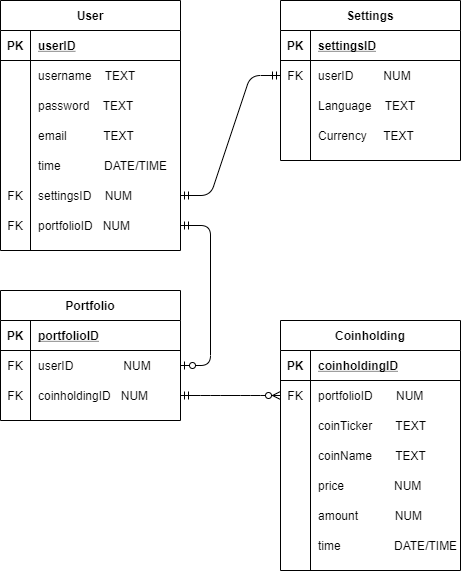
Earlier version of the draw.io export doc/cryptofolio_UML.png (Martijncvv/cryptocurrency_portfolio_project). Source tidied: cells renumbered, new cells last; positions are measured from the earlier drawing's top-left corner, leaving out a move shared by most shapes.
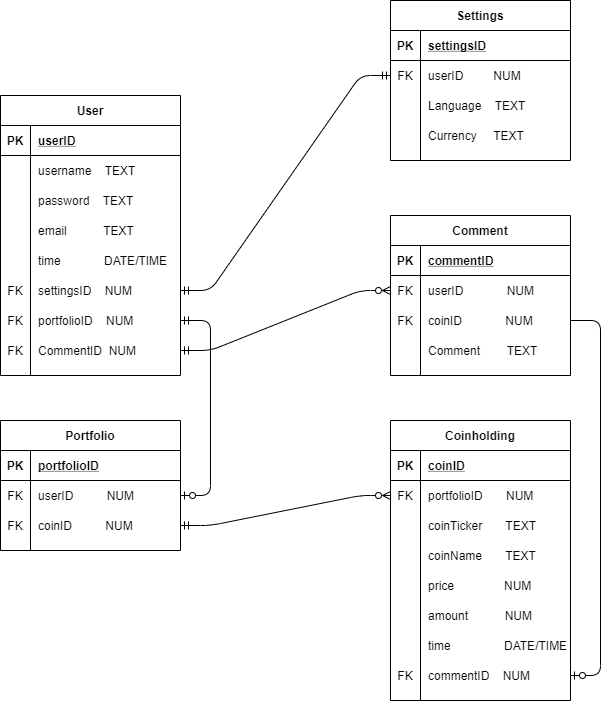
After the change.

The edit, as a diff of the source:
```diff
@@ -3,7 +3,7 @@
     <mxCell id="0" />
     <mxCell id="1" parent="0" />
     <mxCell id="2" value="User" style="shape=table;startSize=30;rowLines=0;fontStyle=1;align=center;" parent="1" vertex="1">
-      <mxGeometry width="180" height="250" as="geometry" />
+      <mxGeometry x="-220" y="105" width="180" height="280" as="geometry" />
     </mxCell>
     <mxCell id="3" style="shape=partialRectangle;fillColor=none;top=0;left=0;bottom=1;right=0;" parent="2" vertex="1">
       <mxGeometry y="30" width="180" height="30" as="geometry" />
@@ -65,11 +65,20 @@
     <mxCell id="22" value="FK" style="shape=partialRectangle;fillColor=none;top=0;left=0;bottom=0;right=0;overflow=hidden;" parent="21" vertex="1">
       <mxGeometry width="30" height="30" as="geometry" />
     </mxCell>
-    <mxCell id="23" value="portfolioID   NUM" style="shape=partialRectangle;fillColor=none;top=0;left=0;bottom=0;right=0;align=left;spacingLeft=6;overflow=hidden;" parent="21" vertex="1">
+    <mxCell id="23" value="portfolioID    NUM" style="shape=partialRectangle;fillColor=none;top=0;left=0;bottom=0;right=0;align=left;spacingLeft=6;overflow=hidden;" parent="21" vertex="1">
       <mxGeometry x="30" width="150" height="30" as="geometry" />
     </mxCell>
+    <mxCell id="72" style="shape=partialRectangle;fillColor=none;top=0;left=0;bottom=0;right=0;points=[[0,0.5],[1,0.5]];portConstraint=eastwest;" parent="2" vertex="1">
+      <mxGeometry y="240" width="180" height="30" as="geometry" />
+    </mxCell>
+    <mxCell id="73" value="FK" style="shape=partialRectangle;fillColor=none;top=0;left=0;bottom=0;right=0;overflow=hidden;" parent="72" vertex="1">
+      <mxGeometry width="30" height="30" as="geometry" />
+    </mxCell>
+    <mxCell id="74" value="CommentID  NUM" style="shape=partialRectangle;fillColor=none;top=0;left=0;bottom=0;right=0;align=left;spacingLeft=6;overflow=hidden;" parent="72" vertex="1">
+      <mxGeometry x="30" width="150" height="30" as="geometry" />
+    </mxCell>
     <mxCell id="24" value="Coinholding" style="shape=table;startSize=30;rowLines=0;fontStyle=1;align=center;" parent="1" vertex="1">
-      <mxGeometry x="280" y="320" width="180" height="250" as="geometry" />
+      <mxGeometry x="170" y="430" width="180" height="280" as="geometry" />
     </mxCell>
     <mxCell id="25" style="shape=partialRectangle;fillColor=none;top=0;left=0;bottom=1;right=0;" parent="24" vertex="1">
       <mxGeometry y="30" width="180" height="30" as="geometry" />
@@ -77,7 +86,7 @@
     <mxCell id="26" value="PK" style="shape=partialRectangle;fillColor=none;top=0;left=0;bottom=0;right=0;fontStyle=1;overflow=hidden;" parent="25" vertex="1">
       <mxGeometry width="30" height="30" as="geometry" />
     </mxCell>
-    <mxCell id="27" value="coinholdingID" style="shape=partialRectangle;fillColor=none;top=0;left=0;bottom=0;right=0;align=left;spacingLeft=6;fontStyle=5;overflow=hidden;" parent="25" vertex="1">
+    <mxCell id="27" value="coinID" style="shape=partialRectangle;fillColor=none;top=0;left=0;bottom=0;right=0;align=left;spacingLeft=6;fontStyle=5;overflow=hidden;" parent="25" vertex="1">
       <mxGeometry x="30" width="150" height="30" as="geometry" />
     </mxCell>
     <mxCell id="28" style="shape=partialRectangle;fillColor=none;top=0;left=0;bottom=0;right=0;points=[[0,0.5],[1,0.5]];portConstraint=eastwest;" parent="24" vertex="1">
@@ -134,8 +143,17 @@
     <mxCell id="45" value="time                DATE/TIME" style="shape=partialRectangle;fillColor=none;top=0;left=0;bottom=0;right=0;align=left;spacingLeft=6;overflow=hidden;" parent="43" vertex="1">
       <mxGeometry x="30" width="150" height="30" as="geometry" />
     </mxCell>
+    <mxCell id="75" style="shape=partialRectangle;fillColor=none;top=0;left=0;bottom=0;right=0;points=[[0,0.5],[1,0.5]];portConstraint=eastwest;" parent="24" vertex="1">
+      <mxGeometry y="240" width="180" height="30" as="geometry" />
+    </mxCell>
+    <mxCell id="76" value="FK" style="shape=partialRectangle;fillColor=none;top=0;left=0;bottom=0;right=0;overflow=hidden;" parent="75" vertex="1">
+      <mxGeometry width="30" height="30" as="geometry" />
+    </mxCell>
+    <mxCell id="77" value="commentID    NUM" style="shape=partialRectangle;fillColor=none;top=0;left=0;bottom=0;right=0;align=left;spacingLeft=6;overflow=hidden;" parent="75" vertex="1">
+      <mxGeometry x="30" width="150" height="30" as="geometry" />
+    </mxCell>
     <mxCell id="46" value="Settings" style="shape=table;startSize=30;rowLines=0;fontStyle=1;align=center;" parent="1" vertex="1">
-      <mxGeometry x="280" width="180" height="160" as="geometry" />
+      <mxGeometry x="170" y="10" width="180" height="160" as="geometry" />
     </mxCell>
     <mxCell id="47" style="shape=partialRectangle;fillColor=none;top=0;left=0;bottom=1;right=0;" parent="46" vertex="1">
       <mxGeometry y="30" width="180" height="30" as="geometry" />
@@ -177,7 +195,7 @@
       <mxGeometry relative="1" as="geometry" />
     </mxCell>
     <mxCell id="60" value="Portfolio" style="shape=table;startSize=30;rowLines=0;fontStyle=1;align=center;" parent="1" vertex="1">
-      <mxGeometry y="290" width="180" height="130" as="geometry" />
+      <mxGeometry x="-220" y="430" width="180" height="130" as="geometry" />
     </mxCell>
     <mxCell id="61" style="shape=partialRectangle;fillColor=none;top=0;left=0;bottom=1;right=0;" parent="60" vertex="1">
       <mxGeometry y="30" width="180" height="30" as="geometry" />
@@ -194,7 +212,7 @@
     <mxCell id="65" value="FK" style="shape=partialRectangle;fillColor=none;top=0;left=0;bottom=0;right=0;overflow=hidden;" parent="64" vertex="1">
       <mxGeometry width="30" height="30" as="geometry" />
     </mxCell>
-    <mxCell id="66" value="userID               NUM" style="shape=partialRectangle;fillColor=none;top=0;left=0;bottom=0;right=0;align=left;spacingLeft=6;overflow=hidden;" parent="64" vertex="1">
+    <mxCell id="66" value="userID          NUM" style="shape=partialRectangle;fillColor=none;top=0;left=0;bottom=0;right=0;align=left;spacingLeft=6;overflow=hidden;" parent="64" vertex="1">
       <mxGeometry x="30" width="150" height="30" as="geometry" />
     </mxCell>
     <mxCell id="67" style="shape=partialRectangle;fillColor=none;top=0;left=0;bottom=0;right=0;points=[[0,0.5],[1,0.5]];portConstraint=eastwest;" parent="60" vertex="1">
@@ -203,7 +221,7 @@
     <mxCell id="68" value="FK" style="shape=partialRectangle;fillColor=none;top=0;left=0;bottom=0;right=0;overflow=hidden;" parent="67" vertex="1">
       <mxGeometry width="30" height="30" as="geometry" />
     </mxCell>
-    <mxCell id="69" value="coinholdingID   NUM" style="shape=partialRectangle;fillColor=none;top=0;left=0;bottom=0;right=0;align=left;spacingLeft=6;overflow=hidden;" parent="67" vertex="1">
+    <mxCell id="69" value="coinID          NUM" style="shape=partialRectangle;fillColor=none;top=0;left=0;bottom=0;right=0;align=left;spacingLeft=6;overflow=hidden;" parent="67" vertex="1">
       <mxGeometry x="30" width="150" height="30" as="geometry" />
     </mxCell>
     <mxCell id="70" style="edgeStyle=entityRelationEdgeStyle;fontSize=12;html=1;endArrow=ERzeroToOne;startArrow=ERmandOne;" parent="1" edge="1" source="21" target="64">
@@ -212,5 +230,50 @@
     <mxCell id="71" style="edgeStyle=entityRelationEdgeStyle;fontSize=12;html=1;endArrow=ERzeroToMany;startArrow=ERmandOne;" parent="1" edge="1" source="67" target="28">
       <mxGeometry relative="1" as="geometry" />
     </mxCell>
+    <mxCell id="78" value="Comment" style="shape=table;startSize=30;rowLines=0;fontStyle=1;align=center;" parent="1" vertex="1">
+      <mxGeometry x="170" y="225" width="180" height="160" as="geometry" />
+    </mxCell>
+    <mxCell id="79" style="shape=partialRectangle;fillColor=none;top=0;left=0;bottom=1;right=0;" parent="78" vertex="1">
+      <mxGeometry y="30" width="180" height="30" as="geometry" />
+    </mxCell>
+    <mxCell id="80" value="PK" style="shape=partialRectangle;fillColor=none;top=0;left=0;bottom=0;right=0;fontStyle=1;overflow=hidden;" parent="79" vertex="1">
+      <mxGeometry width="30" height="30" as="geometry" />
+    </mxCell>
+    <mxCell id="81" value="commentID" style="shape=partialRectangle;fillColor=none;top=0;left=0;bottom=0;right=0;align=left;spacingLeft=6;fontStyle=5;overflow=hidden;" parent="79" vertex="1">
+      <mxGeometry x="30" width="150" height="30" as="geometry" />
+    </mxCell>
+    <mxCell id="82" style="shape=partialRectangle;fillColor=none;top=0;left=0;bottom=0;right=0;points=[[0,0.5],[1,0.5]];portConstraint=eastwest;" parent="78" vertex="1">
+      <mxGeometry y="60" width="180" height="30" as="geometry" />
+    </mxCell>
+    <mxCell id="83" value="FK" style="shape=partialRectangle;fillColor=none;top=0;left=0;bottom=0;right=0;overflow=hidden;" parent="82" vertex="1">
+      <mxGeometry width="30" height="30" as="geometry" />
+    </mxCell>
+    <mxCell id="84" value="userID             NUM" style="shape=partialRectangle;fillColor=none;top=0;left=0;bottom=0;right=0;align=left;spacingLeft=6;overflow=hidden;" parent="82" vertex="1">
+      <mxGeometry x="30" width="150" height="30" as="geometry" />
+    </mxCell>
+    <mxCell id="85" style="shape=partialRectangle;fillColor=none;top=0;left=0;bottom=0;right=0;points=[[0,0.5],[1,0.5]];portConstraint=eastwest;" parent="78" vertex="1">
+      <mxGeometry y="90" width="180" height="30" as="geometry" />
+    </mxCell>
+    <mxCell id="86" value="FK" style="shape=partialRectangle;fillColor=none;top=0;left=0;bottom=0;right=0;overflow=hidden;" parent="85" vertex="1">
+      <mxGeometry width="30" height="30" as="geometry" />
+    </mxCell>
+    <mxCell id="87" value="coinID             NUM" style="shape=partialRectangle;fillColor=none;top=0;left=0;bottom=0;right=0;align=left;spacingLeft=6;overflow=hidden;" parent="85" vertex="1">
+      <mxGeometry x="30" width="150" height="30" as="geometry" />
+    </mxCell>
+    <mxCell id="88" style="shape=partialRectangle;fillColor=none;top=0;left=0;bottom=0;right=0;" parent="78" vertex="1">
+      <mxGeometry y="120" width="180" height="30" as="geometry" />
+    </mxCell>
+    <mxCell id="89" style="shape=partialRectangle;fillColor=none;top=0;left=0;bottom=0;right=0;overflow=hidden;" parent="88" vertex="1">
+      <mxGeometry width="30" height="30" as="geometry" />
+    </mxCell>
+    <mxCell id="90" value="Comment        TEXT " style="shape=partialRectangle;fillColor=none;top=0;left=0;bottom=0;right=0;align=left;spacingLeft=6;overflow=hidden;" parent="88" vertex="1">
+      <mxGeometry x="30" width="150" height="30" as="geometry" />
+    </mxCell>
+    <mxCell id="91" style="edgeStyle=entityRelationEdgeStyle;fontSize=12;html=1;endArrow=ERzeroToMany;startArrow=ERmandOne;" parent="1" edge="1" source="72" target="82">
+      <mxGeometry relative="1" as="geometry" />
+    </mxCell>
+    <mxCell id="92" style="edgeStyle=entityRelationEdgeStyle;fontSize=12;html=1;endArrow=ERzeroToOne;endFill=1;" parent="1" edge="1" source="85" target="75">
+      <mxGeometry relative="1" as="geometry" />
+    </mxCell>
   </root>
 </mxGraphModel>
```
